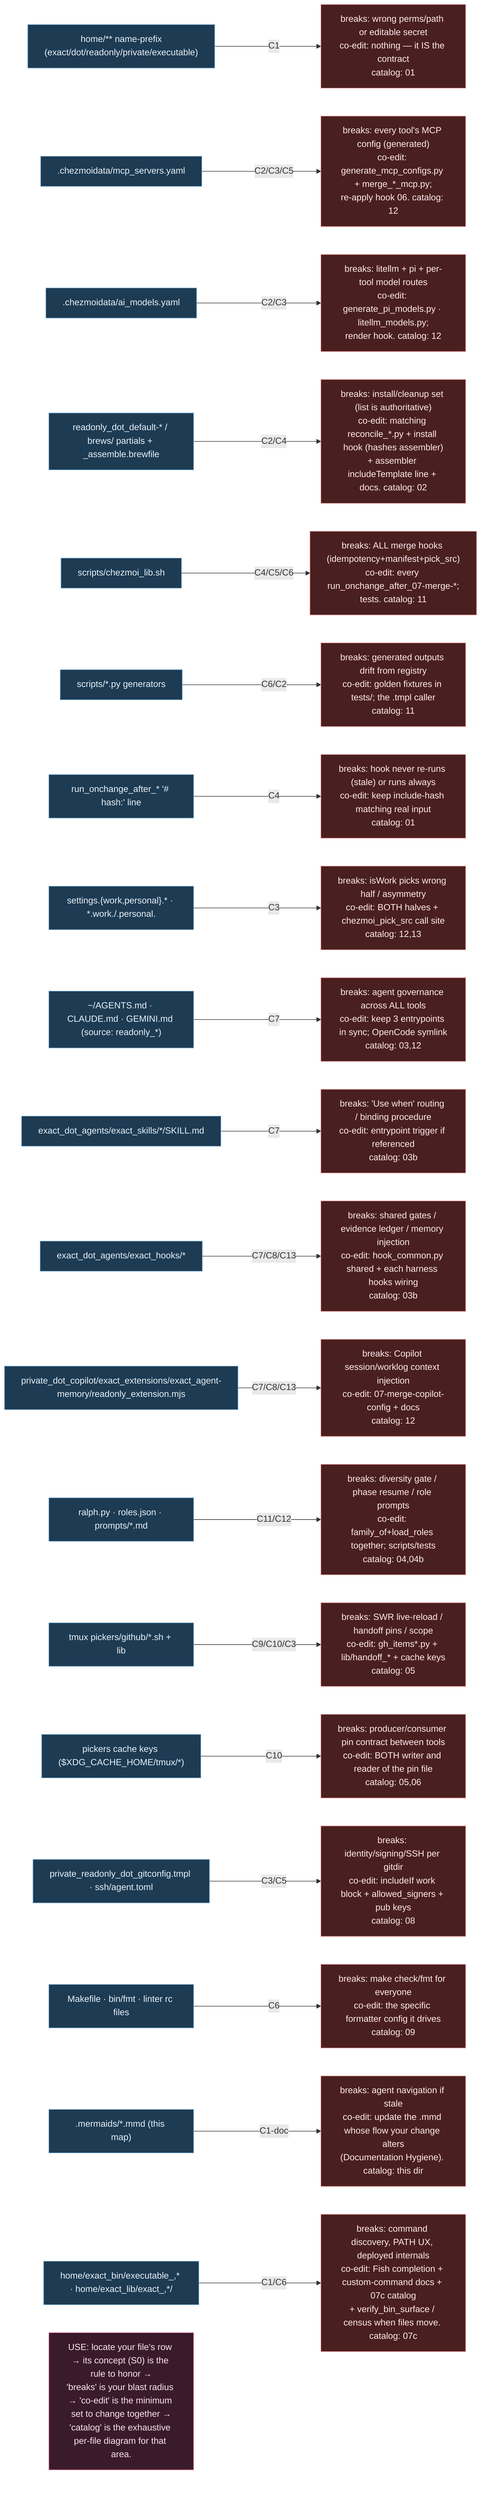
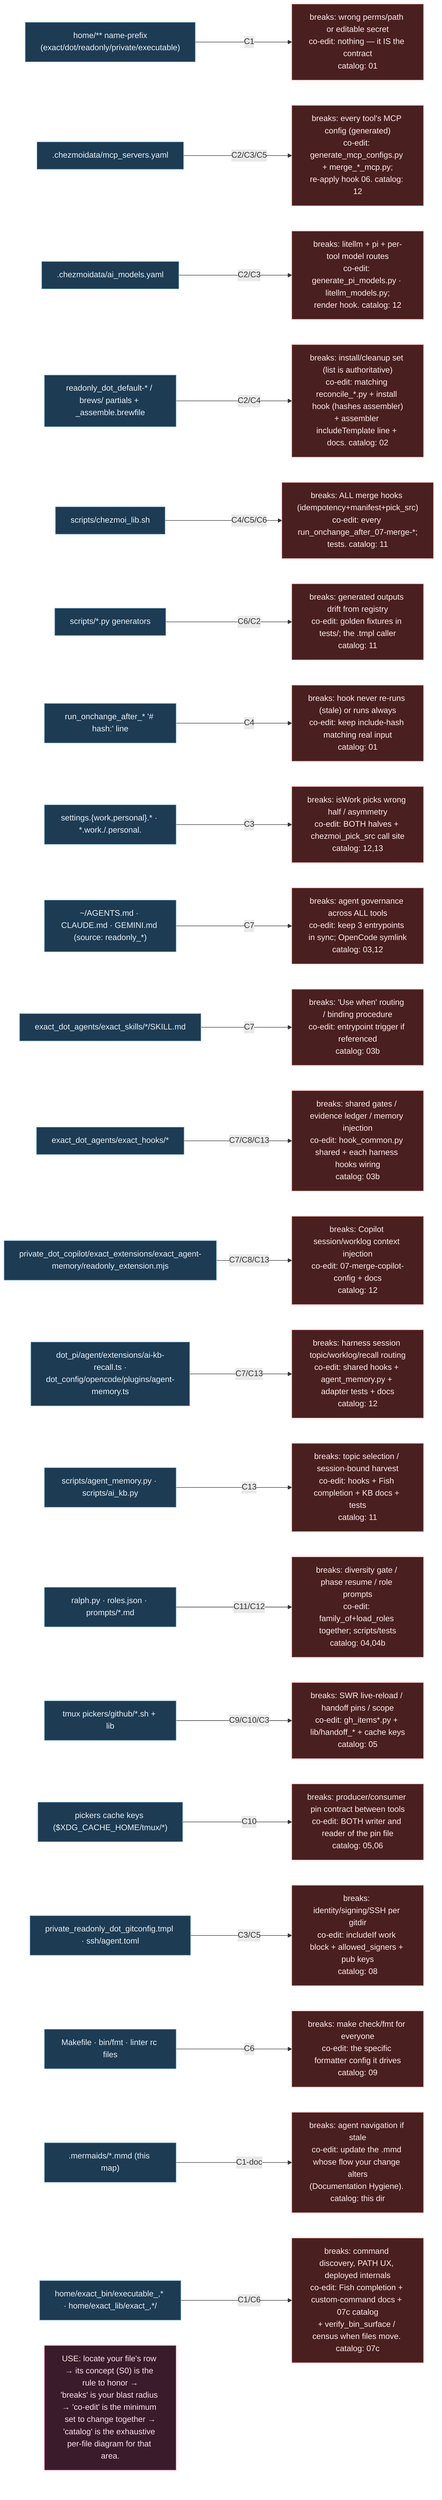
%% ============================================================================
%% SR-index.mmd — REVERSE INDEX ("maps into each particle").
%% Given a file/area you're about to touch, find: which CONCEPT it serves,
%% what BREAKS if you change it wrong, and the CO-EDIT SET (what must move with
%% it). This is the bridge from the semantic cloud (S0) down to the exhaustive
%% catalog (00-13). Concept IDs (C1..C13) refer to S0-concepts.mmd.
%% Mermaid note: rendered as a left→right map; for the dense table read source.
%% ============================================================================
flowchart LR
    classDef area fill:#1d3b53,stroke:#7fb3d5,color:#eaf2f8;
    classDef c fill:#3a1b2b,stroke:#f48fb1,color:#fce4ec;
    classDef brk fill:#4a1f1f,stroke:#ef9a9a,color:#ffebee;

    A1["home/** name-prefix<br/>(exact/dot/readonly/private/executable)"]:::area -->|C1| B1["breaks: wrong perms/path or editable secret<br/>co-edit: nothing — it IS the contract<br/>catalog: 01"]:::brk
    A2[".chezmoidata/mcp_servers.yaml"]:::area -->|C2/C3/C5| B2["breaks: every tool's MCP config (generated)<br/>co-edit: generate_mcp_configs.py + merge_*_mcp.py;<br/>re-apply hook 06. catalog: 12"]:::brk
    A3[".chezmoidata/ai_models.yaml"]:::area -->|C2/C3| B3["breaks: litellm + pi + per-tool model routes<br/>co-edit: generate_pi_models.py · litellm_models.py;<br/>render hook. catalog: 12"]:::brk
    A4["readonly_dot_default-* / brews/ partials + _assemble.brewfile"]:::area -->|C2/C4| B4["breaks: install/cleanup set (list is authoritative)<br/>co-edit: matching reconcile_*.py + install hook (hashes assembler)<br/>+ assembler includeTemplate line + docs. catalog: 02"]:::brk
    A5["scripts/chezmoi_lib.sh"]:::area -->|C4/C5/C6| B5["breaks: ALL merge hooks (idempotency+manifest+pick_src)<br/>co-edit: every run_onchange_after_07-merge-*;<br/>tests. catalog: 11"]:::brk
    A6["scripts/*.py generators"]:::area -->|C6/C2| B6["breaks: generated outputs drift from registry<br/>co-edit: golden fixtures in tests/; the .tmpl caller<br/>catalog: 11"]:::brk
    A7["run_onchange_after_* '# hash:' line"]:::area -->|C4| B7["breaks: hook never re-runs (stale) or runs always<br/>co-edit: keep include-hash matching real input<br/>catalog: 01"]:::brk
    A8["settings.{work,personal}.* · *.work./.personal."]:::area -->|C3| B8["breaks: isWork picks wrong half / asymmetry<br/>co-edit: BOTH halves + chezmoi_pick_src call site<br/>catalog: 12,13"]:::brk
    A9["~/AGENTS.md · CLAUDE.md · GEMINI.md (source: readonly_*)"]:::area -->|C7| B9["breaks: agent governance across ALL tools<br/>co-edit: keep 3 entrypoints in sync; OpenCode symlink<br/>catalog: 03,12"]:::brk
    A10["exact_dot_agents/exact_skills/*/SKILL.md"]:::area -->|C7| B10["breaks: 'Use when' routing / binding procedure<br/>co-edit: entrypoint trigger if referenced<br/>catalog: 03b"]:::brk
    A11["exact_dot_agents/exact_hooks/*"]:::area -->|C7/C8/C13| B11["breaks: shared gates / evidence ledger / memory injection<br/>co-edit: hook_common.py shared + each harness hooks wiring<br/>catalog: 03b"]:::brk
    A11b["private_dot_copilot/exact_extensions/exact_agent-memory/readonly_extension.mjs"]:::area -->|C7/C8/C13| B11b["breaks: Copilot session/worklog context injection<br/>co-edit: 07-merge-copilot-config + docs<br/>catalog: 12"]:::brk
+     A11c["dot_pi/agent/extensions/ai-kb-recall.ts ·<br/>dot_config/opencode/plugins/agent-memory.ts"]:::area -->|C7/C13| B11c["breaks: harness session topic/worklog/recall routing<br/>co-edit: shared hooks + agent_memory.py + adapter tests + docs<br/>catalog: 12"]:::brk
+     A11d["scripts/agent_memory.py · scripts/ai_kb.py"]:::area -->|C13| B11d["breaks: topic selection / session-bound harvest<br/>co-edit: hooks + Fish completion + KB docs + tests<br/>catalog: 11"]:::brk
    A12["ralph.py · roles.json · prompts/*.md"]:::area -->|C11/C12| B12["breaks: diversity gate / phase resume / role prompts<br/>co-edit: family_of+load_roles together; scripts/tests<br/>catalog: 04,04b"]:::brk
    A13["tmux pickers/github/*.sh + lib"]:::area -->|C9/C10/C3| B13["breaks: SWR live-reload / handoff pins / scope<br/>co-edit: gh_items*.py + lib/handoff_* + cache keys<br/>catalog: 05"]:::brk
    A14["pickers cache keys ($XDG_CACHE_HOME/tmux/*)"]:::area -->|C10| B14["breaks: producer/consumer pin contract between tools<br/>co-edit: BOTH writer and reader of the pin file<br/>catalog: 05,06"]:::brk
    A15["private_readonly_dot_gitconfig.tmpl · ssh/agent.toml"]:::area -->|C3/C5| B15["breaks: identity/signing/SSH per gitdir<br/>co-edit: includeIf work block + allowed_signers + pub keys<br/>catalog: 08"]:::brk
    A16["Makefile · bin/fmt · linter rc files"]:::area -->|C6| B16["breaks: make check/fmt for everyone<br/>co-edit: the specific formatter config it drives<br/>catalog: 09"]:::brk
    A17[".mermaids/*.mmd (this map)"]:::area -->|C1-doc| B17["breaks: agent navigation if stale<br/>co-edit: update the .mmd whose flow your change alters<br/>(Documentation Hygiene). catalog: this dir"]:::brk
    A18["home/exact_bin/executable_,* · home/exact_lib/exact_,*/"]:::area -->|C1/C6| B18["breaks: command discovery, PATH UX, deployed internals<br/>co-edit: Fish completion + custom-command docs + 07c catalog<br/>+ verify_bin_surface / census when files move. catalog: 07c"]:::brk

    GUIDE["USE: locate your file's row → its concept (S0) is the rule to honor →<br/>'breaks' is your blast radius → 'co-edit' is the minimum set to change together →<br/>'catalog' is the exhaustive per-file diagram for that area."]:::c
